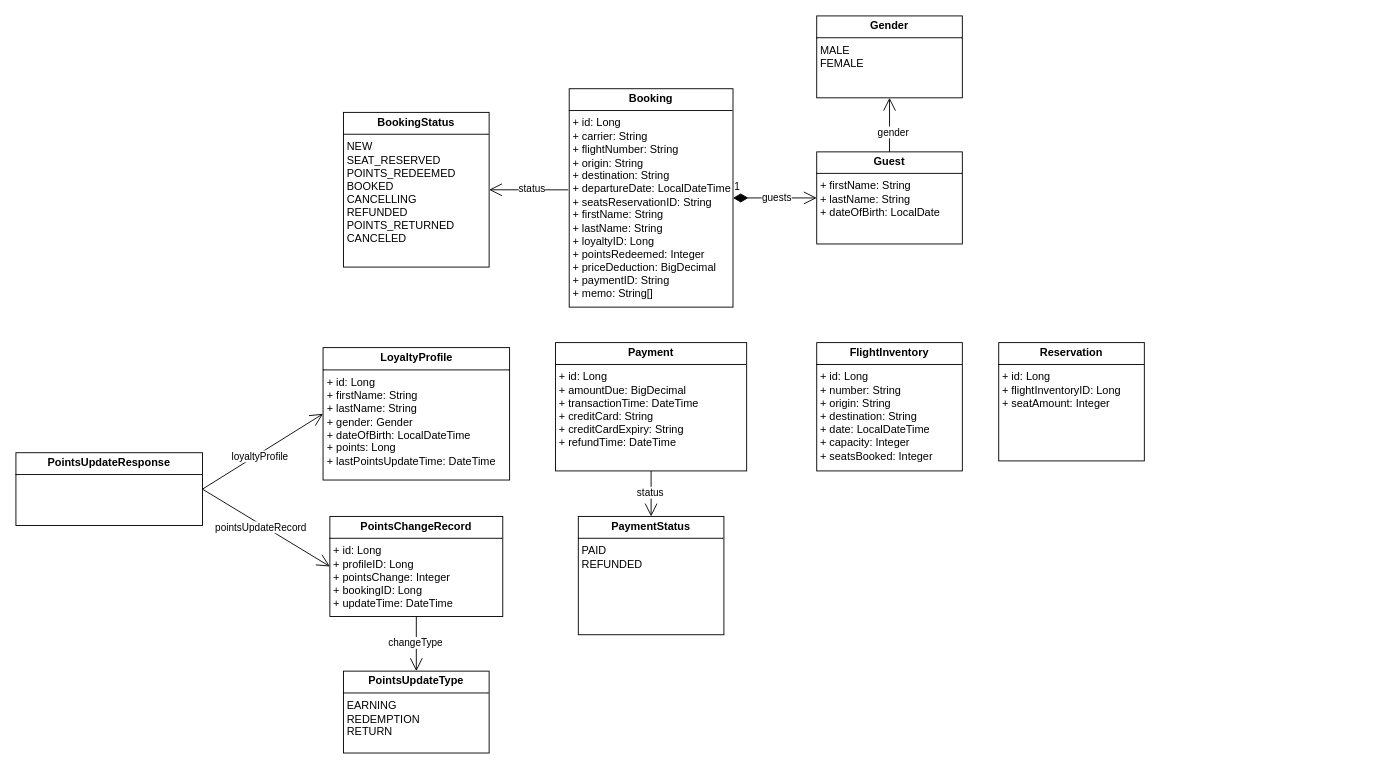
The draw.io diagram page "Model" (3 of 11) of design.drawio in menghuali/wksp-refined-microservices, before the edit. Source tidied: cells renumbered, new cells numbered last; positions are measured from the earlier drawing's top-left corner, leaving out a move shared by most shapes. Both pictures are drawn from the tidied source at 91%, with x=0, y=0 at pixel (15, 15).
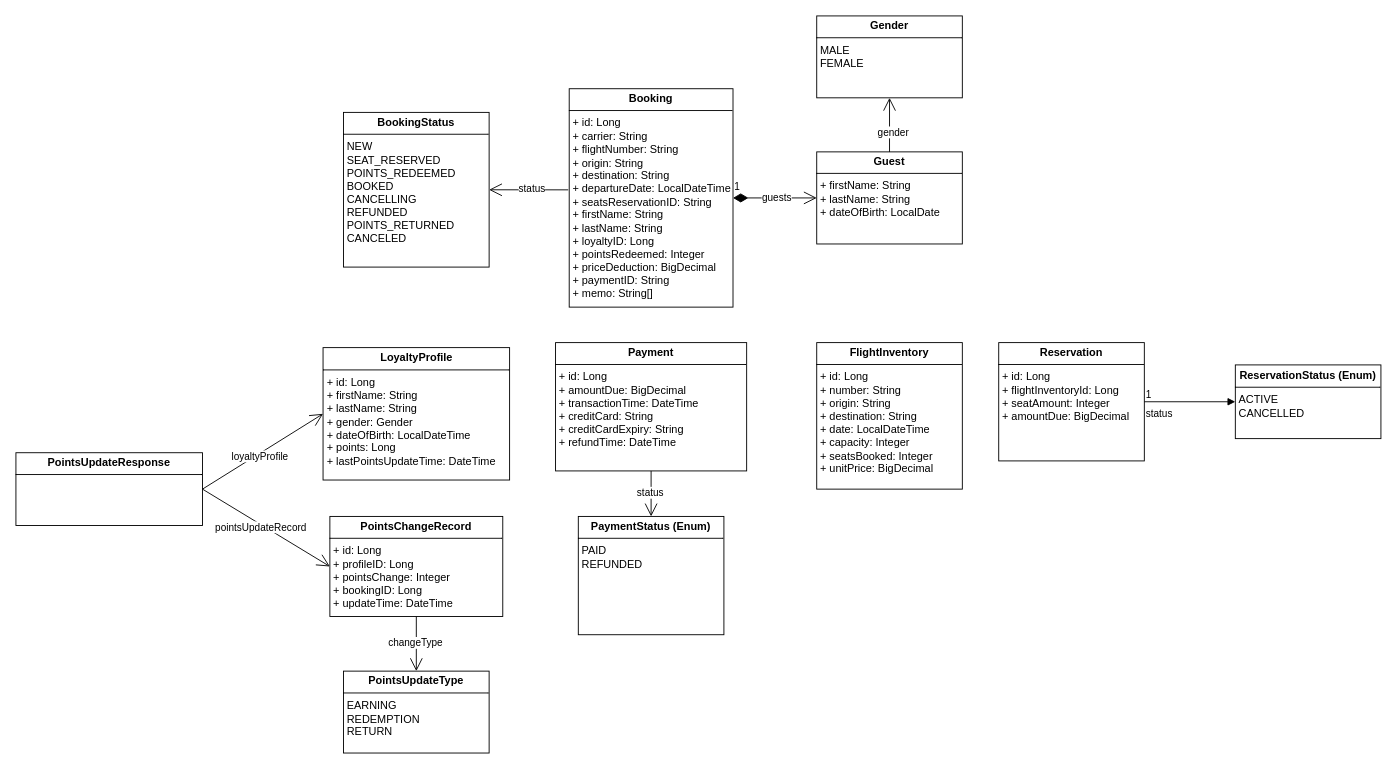
Above is the later version.

Change to the diagram source:
```diff
@@
-    <mxCell id="2" value="&lt;p style=&quot;margin:0px;margin-top:4px;text-align:center;&quot;&gt;&lt;b&gt;FlightInventory&lt;/b&gt;&lt;/p&gt;&lt;hr size=&quot;1&quot; style=&quot;border-style:solid;&quot;&gt;&lt;p style=&quot;margin:0px;margin-left:4px;&quot;&gt;+ id: Long&lt;/p&gt;&lt;p style=&quot;margin:0px;margin-left:4px;&quot;&gt;+ number: String&lt;/p&gt;&lt;p style=&quot;margin:0px;margin-left:4px;&quot;&gt;+ origin: String&lt;/p&gt;&lt;p style=&quot;margin:0px;margin-left:4px;&quot;&gt;+ destination: String&lt;/p&gt;&lt;p style=&quot;margin:0px;margin-left:4px;&quot;&gt;+ date: LocalDateTime&lt;/p&gt;&lt;p style=&quot;margin:0px;margin-left:4px;&quot;&gt;+ capacity: Integer&lt;/p&gt;&lt;p style=&quot;margin:0px;margin-left:4px;&quot;&gt;+ seatsBooked: Integer&lt;/p&gt;" style="verticalAlign=top;align=left;overflow=fill;html=1;whiteSpace=wrap;" parent="1" vertex="1">
-      <mxGeometry x="880" y="359" width="160" height="141" as="geometry" />
+    <mxCell id="2" value="&lt;p style=&quot;margin:0px;margin-top:4px;text-align:center;&quot;&gt;&lt;b&gt;FlightInventory&lt;/b&gt;&lt;/p&gt;&lt;hr size=&quot;1&quot; style=&quot;border-style:solid;&quot;&gt;&lt;p style=&quot;margin:0px;margin-left:4px;&quot;&gt;+ id: Long&lt;/p&gt;&lt;p style=&quot;margin:0px;margin-left:4px;&quot;&gt;+ number: String&lt;/p&gt;&lt;p style=&quot;margin:0px;margin-left:4px;&quot;&gt;+ origin: String&lt;/p&gt;&lt;p style=&quot;margin:0px;margin-left:4px;&quot;&gt;+ destination: String&lt;/p&gt;&lt;p style=&quot;margin:0px;margin-left:4px;&quot;&gt;+ date: LocalDateTime&lt;/p&gt;&lt;p style=&quot;margin:0px;margin-left:4px;&quot;&gt;+ capacity: Integer&lt;/p&gt;&lt;p style=&quot;margin:0px;margin-left:4px;&quot;&gt;+ seatsBooked: Integer&lt;/p&gt;&lt;p style=&quot;margin:0px;margin-left:4px;&quot;&gt;+ unitPrice: BigDecimal&lt;/p&gt;" style="verticalAlign=top;align=left;overflow=fill;html=1;whiteSpace=wrap;" parent="1" vertex="1">
+      <mxGeometry x="880" y="359" width="160" height="161" as="geometry" />
     </mxCell>
@@
-    <mxCell id="9" value="&lt;p style=&quot;margin:0px;margin-top:4px;text-align:center;&quot;&gt;&lt;b&gt;PaymentStatus&lt;/b&gt;&lt;/p&gt;&lt;hr size=&quot;1&quot; style=&quot;border-style:solid;&quot;&gt;&lt;p style=&quot;margin:0px;margin-left:4px;&quot;&gt;PAID&lt;/p&gt;&lt;p style=&quot;margin:0px;margin-left:4px;&quot;&gt;REFUNDED&lt;/p&gt;" style="verticalAlign=top;align=left;overflow=fill;html=1;whiteSpace=wrap;" parent="1" vertex="1">
+    <mxCell id="9" value="&lt;p style=&quot;margin:0px;margin-top:4px;text-align:center;&quot;&gt;&lt;b&gt;PaymentStatus (Enum)&lt;/b&gt;&lt;/p&gt;&lt;hr size=&quot;1&quot; style=&quot;border-style:solid;&quot;&gt;&lt;p style=&quot;margin:0px;margin-left:4px;&quot;&gt;PAID&lt;/p&gt;&lt;p style=&quot;margin:0px;margin-left:4px;&quot;&gt;REFUNDED&lt;/p&gt;" style="verticalAlign=top;align=left;overflow=fill;html=1;whiteSpace=wrap;" parent="1" vertex="1">
       <mxGeometry x="618" y="550" width="160" height="130" as="geometry" />
     </mxCell>
@@
-    <mxCell id="12" value="&lt;p style=&quot;margin:0px;margin-top:4px;text-align:center;&quot;&gt;&lt;b&gt;Reservation&lt;/b&gt;&lt;/p&gt;&lt;hr size=&quot;1&quot; style=&quot;border-style:solid;&quot;&gt;&lt;p style=&quot;margin:0px;margin-left:4px;&quot;&gt;+ id: Long&lt;/p&gt;&lt;p style=&quot;margin:0px;margin-left:4px;&quot;&gt;+ flightInventoryID: Long&lt;/p&gt;&lt;p style=&quot;margin:0px;margin-left:4px;&quot;&gt;+ seatAmount: Integer&lt;/p&gt;" style="verticalAlign=top;align=left;overflow=fill;html=1;whiteSpace=wrap;" parent="1" vertex="1">
+    <mxCell id="12" value="&lt;p style=&quot;margin:0px;margin-top:4px;text-align:center;&quot;&gt;&lt;b&gt;Reservation&lt;/b&gt;&lt;/p&gt;&lt;hr size=&quot;1&quot; style=&quot;border-style:solid;&quot;&gt;&lt;p style=&quot;margin:0px;margin-left:4px;&quot;&gt;+ id: Long&lt;/p&gt;&lt;p style=&quot;margin:0px;margin-left:4px;&quot;&gt;+ flightInventoryId: Long&lt;/p&gt;&lt;p style=&quot;margin:0px;margin-left:4px;&quot;&gt;+ seatAmount: Integer&lt;/p&gt;&lt;p style=&quot;margin:0px;margin-left:4px;&quot;&gt;+ amountDue: BigDecimal&lt;/p&gt;" style="verticalAlign=top;align=left;overflow=fill;html=1;whiteSpace=wrap;" parent="1" vertex="1">
       <mxGeometry x="1080" y="359" width="160" height="130" as="geometry" />
     </mxCell>
@@
+    <mxCell id="28" value="&lt;p style=&quot;margin:0px;margin-top:4px;text-align:center;&quot;&gt;&lt;b&gt;ReservationStatus (Enum)&lt;/b&gt;&lt;/p&gt;&lt;hr size=&quot;1&quot; style=&quot;border-style:solid;&quot;&gt;&lt;p style=&quot;margin:0px;margin-left:4px;&quot;&gt;ACTIVE&lt;/p&gt;&lt;p style=&quot;margin:0px;margin-left:4px;&quot;&gt;CANCELLED&lt;/p&gt;" style="verticalAlign=top;align=left;overflow=fill;html=1;whiteSpace=wrap;" parent="1" vertex="1">
+      <mxGeometry x="1340" y="383.5" width="160" height="81" as="geometry" />
+    </mxCell>
+    <mxCell id="29" value="status" style="endArrow=block;endFill=1;html=1;edgeStyle=orthogonalEdgeStyle;align=left;verticalAlign=top;exitX=1;exitY=0.5;exitDx=0;exitDy=0;entryX=0;entryY=0.5;entryDx=0;entryDy=0;" parent="1" edge="1" source="12" target="28">
+      <mxGeometry x="-1" relative="1" as="geometry" />
+    </mxCell>
+    <mxCell id="30" value="1" style="edgeLabel;html=1;align=left;verticalAlign=bottom;" parent="29" vertex="1">
+      <mxGeometry x="-1" relative="1" as="geometry" />
+    </mxCell>
```
